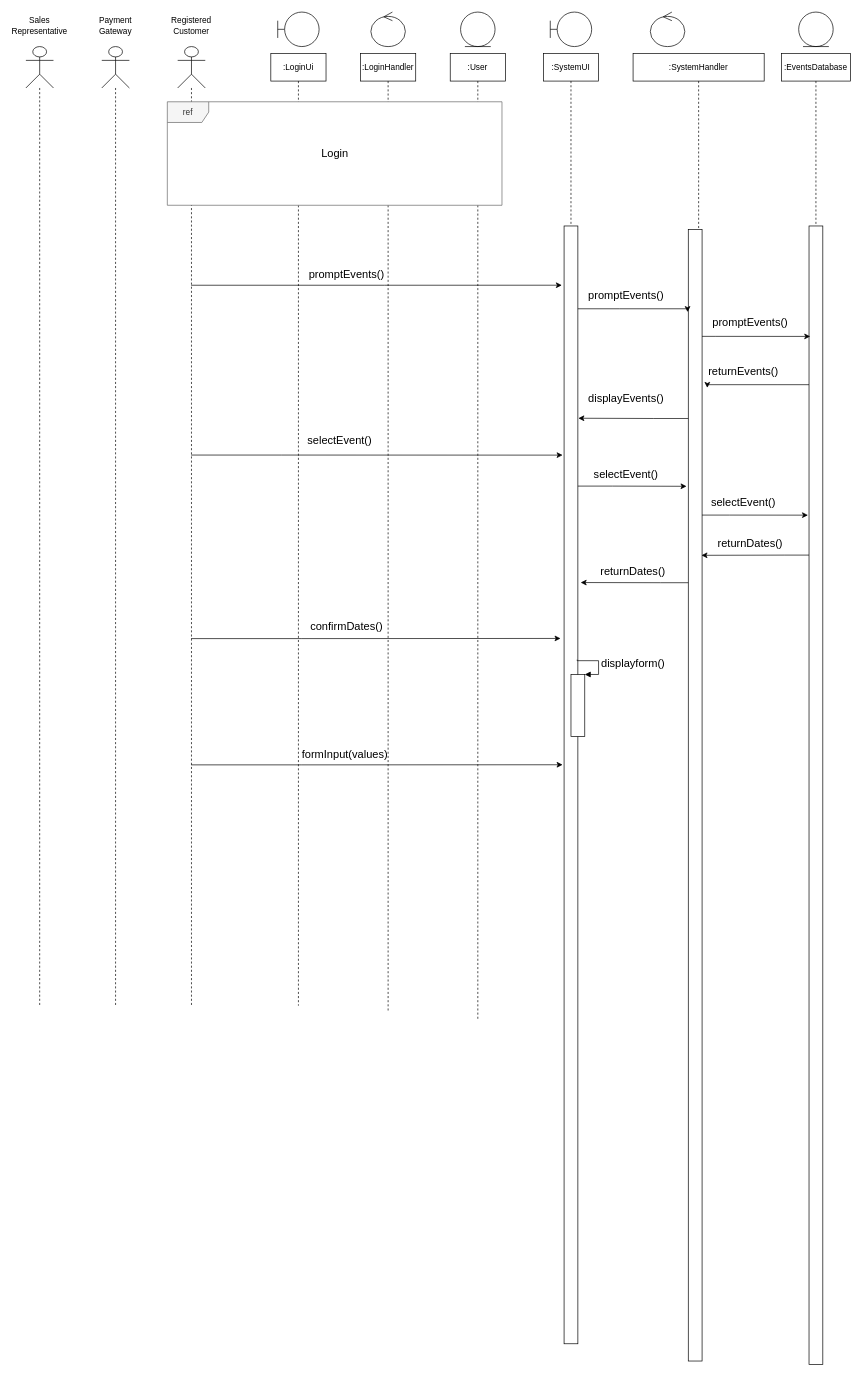
Earlier version of the draw.io diagram Projects/Software Engineering/Sequence.drawio (IT21003332/Y2S1). Source tidied: cells renumbered, new cells numbered last; positions are measured from the earlier drawing's top-left corner, leaving out a move shared by most shapes. Both pictures are drawn from the tidied source at 69%, with x=0, y=0 at pixel (26, 12).
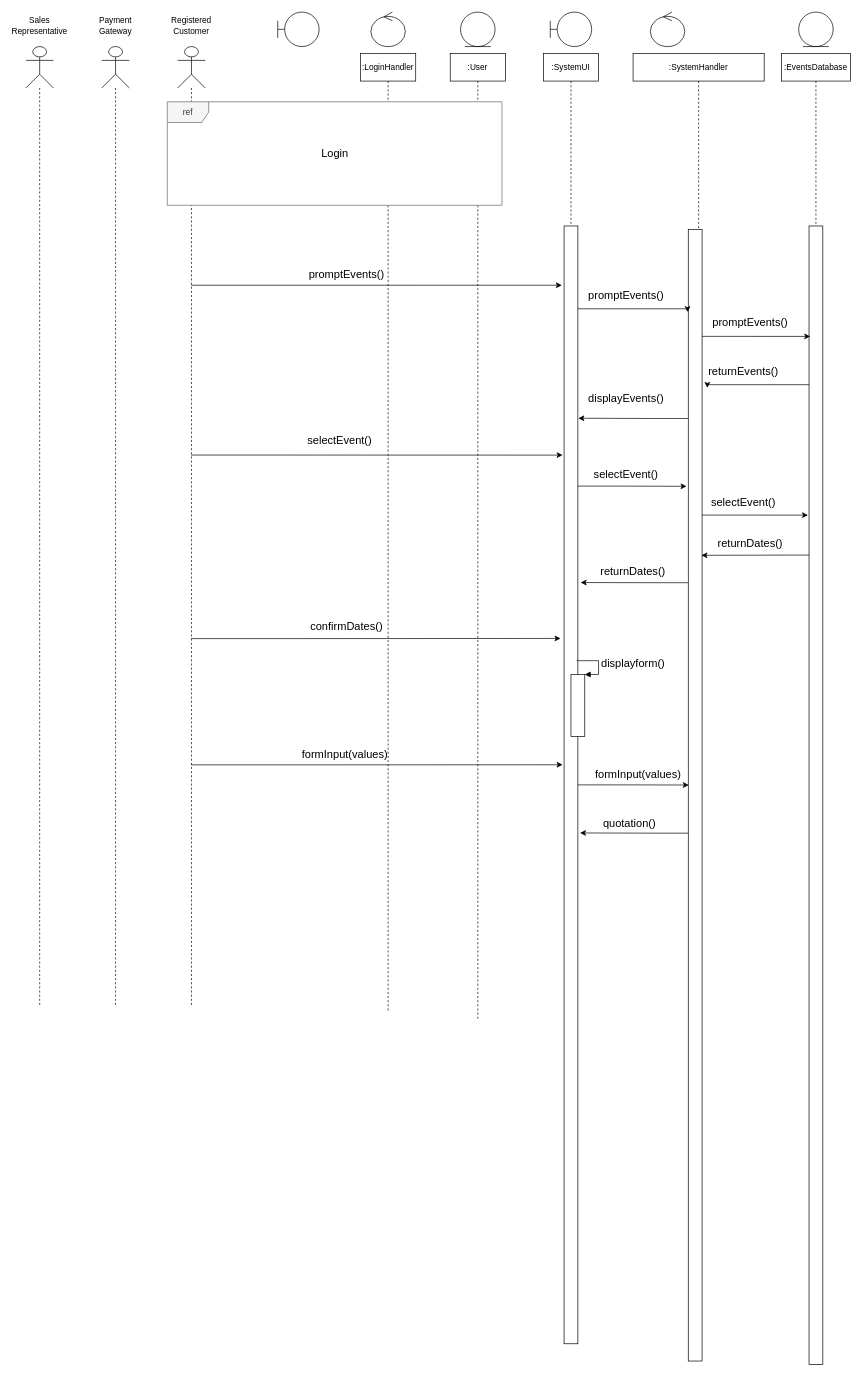
Above is the later version.

Unchanged cells that the change refers to:
```xml
<mxCell id="21" style="html=1;points=[];perimeter=orthogonalPerimeter;shadow=0;fillColor=#FFFFFF;gradientColor=none;fontSize=16;" parent="20" vertex="1">
  <mxGeometry x="30" y="250" width="20" height="1620" as="geometry" />
</mxCell>
<mxCell id="26" value=":SystemHandler" style="shape=umlLifeline;perimeter=lifelinePerimeter;whiteSpace=wrap;html=1;" parent="1" vertex="1">
  <mxGeometry x="880" y="60" width="190" height="1890" as="geometry" />
</mxCell>
<mxCell id="27" style="html=1;points=[];perimeter=orthogonalPerimeter;shadow=0;fillColor=#FFFFFF;gradientColor=none;fontSize=16;" parent="26" vertex="1">
  <mxGeometry x="80" y="255" width="20" height="1640" as="geometry" />
</mxCell>
```

Diff of the diagram source:
```diff
@@
-    <mxCell id="2" value=":LoginUi" style="shape=umlLifeline;perimeter=lifelinePerimeter;whiteSpace=wrap;html=1;" parent="1" vertex="1">
-      <mxGeometry x="355" y="60" width="80" height="1380" as="geometry" />
-    </mxCell>
@@
+    <mxCell id="51" value="formInput(values)" style="text;html=1;strokeColor=none;fillColor=none;align=center;verticalAlign=middle;whiteSpace=wrap;rounded=0;shadow=0;fontSize=16;" parent="26" vertex="1">
+      <mxGeometry x="-10" y="1040" width="35" height="10" as="geometry" />
+    </mxCell>
@@
+    <mxCell id="52" style="edgeStyle=orthogonalEdgeStyle;rounded=0;jettySize=auto;html=1;entryX=0.038;entryY=0.491;entryDx=0;entryDy=0;entryPerimeter=0;" parent="1" edge="1" source="21" target="27">
+      <mxGeometry relative="1" as="geometry" />
+    </mxCell>
+    <mxCell id="53" style="edgeStyle=orthogonalEdgeStyle;rounded=0;jettySize=auto;html=1;entryX=1.156;entryY=0.543;entryDx=0;entryDy=0;entryPerimeter=0;" parent="1" edge="1" source="27" target="21">
+      <mxGeometry relative="1" as="geometry">
+        <Array as="points">
+          <mxPoint x="920" y="1190" />
+          <mxPoint x="920" y="1190" />
+        </Array>
+      </mxGeometry>
+    </mxCell>
+    <mxCell id="54" value="quotation()" style="text;html=1;strokeColor=none;fillColor=none;align=center;verticalAlign=middle;whiteSpace=wrap;rounded=0;fontSize=16;" parent="1" vertex="1">
+      <mxGeometry x="845" y="1160" width="60" height="30" as="geometry" />
+    </mxCell>
```
